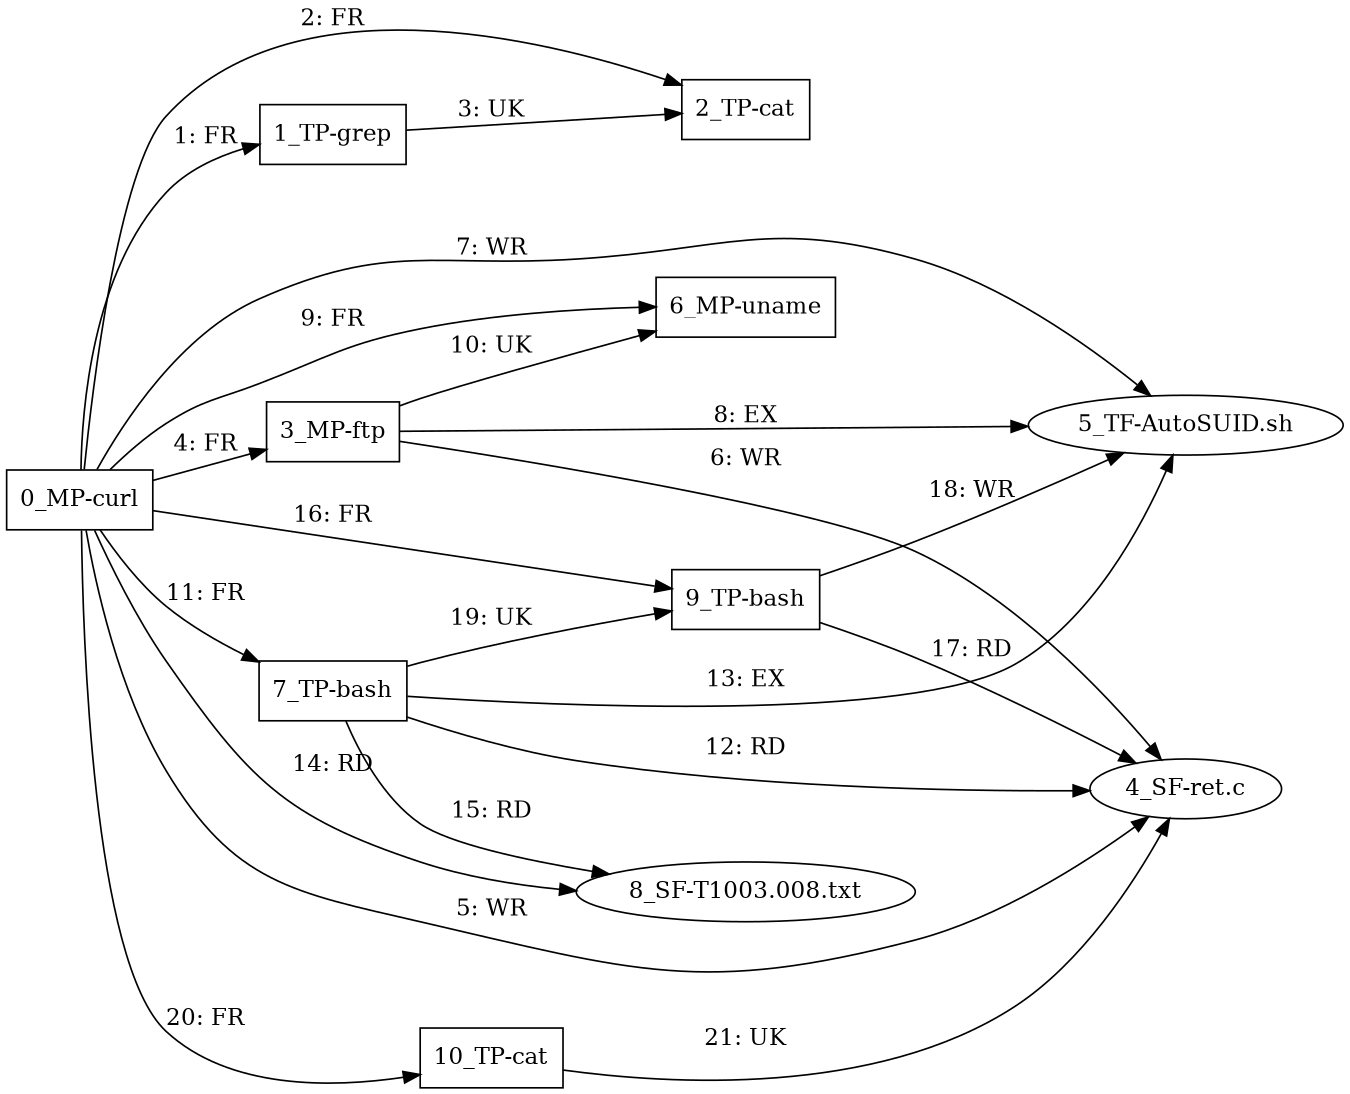
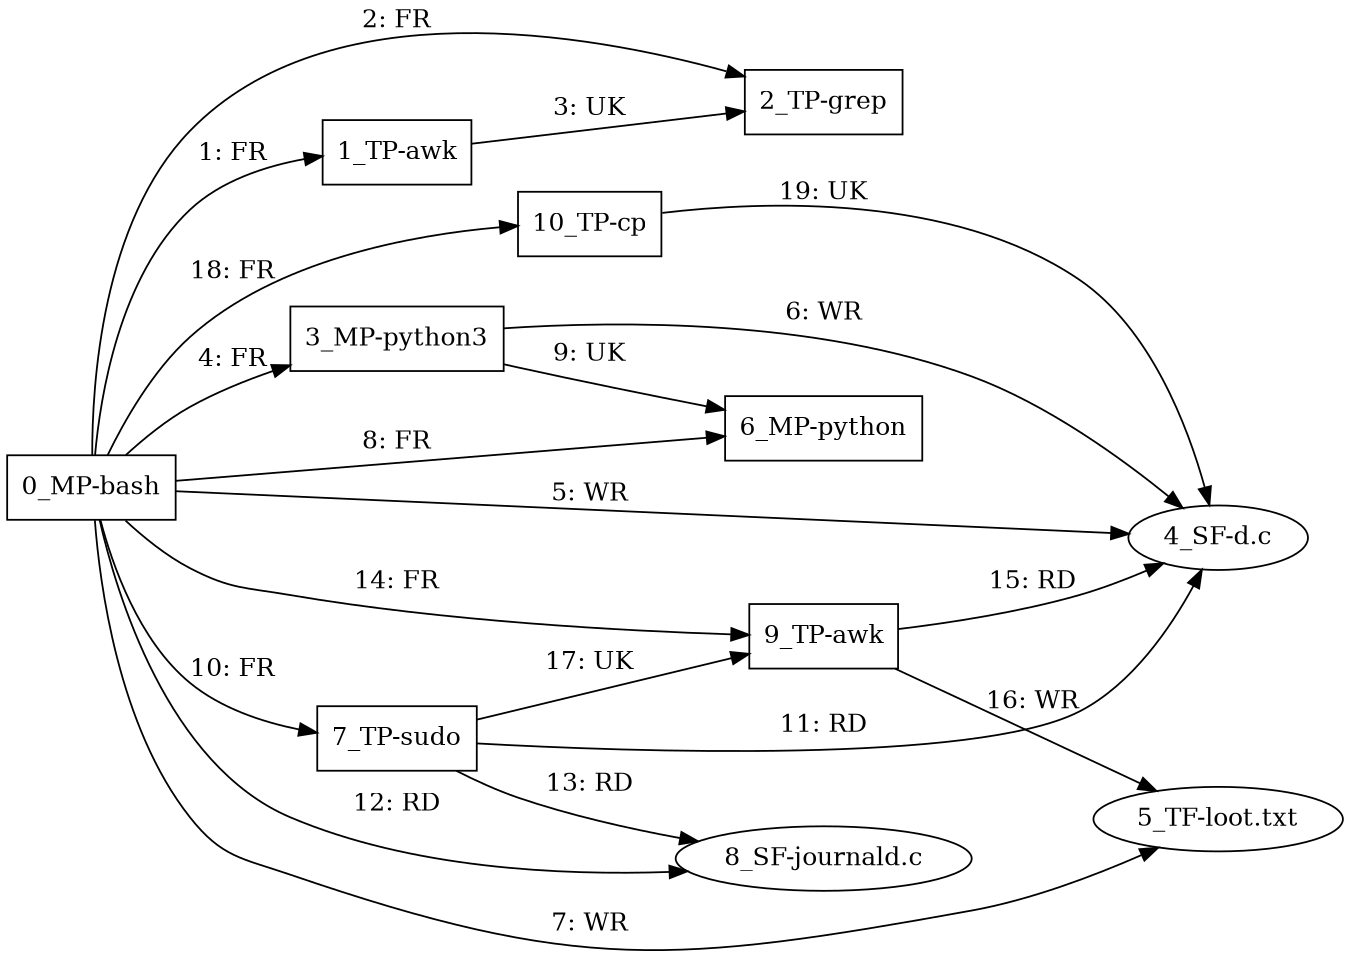
digraph "/kaggle/working/TAGAPT_Run/result-visualization/2.dot" {
- rankdir="LR"size="9"fixedsize="false"splines="true"nodesep=0.3ranksep=0fontsize=10overlap="scalexy"engine= "neato"	"0_MP-curl" [shape=rectangle]
- 	"1_TP-grep" [shape=rectangle]
- 	"2_TP-cat" [shape=rectangle]
- 	"3_MP-ftp" [shape=rectangle]
- 	"4_SF-ret.c" [shape=ellipse]
- 	"5_TF-AutoSUID.sh" [shape=ellipse]
- 	"6_MP-uname" [shape=rectangle]
- 	"7_TP-bash" [shape=rectangle]
- 	"8_SF-T1003.008.txt" [shape=ellipse]
- 	"9_TP-bash" [shape=rectangle]
- 	"10_TP-cat" [shape=rectangle]
- 	"0_MP-curl" -> "1_TP-grep" [label="1: FR"]
- 	"0_MP-curl" -> "2_TP-cat" [label="2: FR"]
- 	"1_TP-grep" -> "2_TP-cat" [label="3: UK"]
- 	"0_MP-curl" -> "3_MP-ftp" [label="4: FR"]
- 	"0_MP-curl" -> "4_SF-ret.c" [label="5: WR"]
- 	"3_MP-ftp" -> "4_SF-ret.c" [label="6: WR"]
- 	"0_MP-curl" -> "5_TF-AutoSUID.sh" [label="7: WR"]
- 	"3_MP-ftp" -> "5_TF-AutoSUID.sh" [label="8: EX"]
- 	"0_MP-curl" -> "6_MP-uname" [label="9: FR"]
- 	"3_MP-ftp" -> "6_MP-uname" [label="10: UK"]
- 	"0_MP-curl" -> "7_TP-bash" [label="11: FR"]
- 	"7_TP-bash" -> "4_SF-ret.c" [label="12: RD"]
- 	"7_TP-bash" -> "5_TF-AutoSUID.sh" [label="13: EX"]
- 	"0_MP-curl" -> "8_SF-T1003.008.txt" [label="14: RD"]
- 	"7_TP-bash" -> "8_SF-T1003.008.txt" [label="15: RD"]
- 	"0_MP-curl" -> "9_TP-bash" [label="16: FR"]
- 	"9_TP-bash" -> "4_SF-ret.c" [label="17: RD"]
- 	"9_TP-bash" -> "5_TF-AutoSUID.sh" [label="18: WR"]
- 	"7_TP-bash" -> "9_TP-bash" [label="19: UK"]
- 	"0_MP-curl" -> "10_TP-cat" [label="20: FR"]
- 	"10_TP-cat" -> "4_SF-ret.c" [label="21: UK"]
+ rankdir="LR"size="9"fixedsize="false"splines="true"nodesep=0.3ranksep=0fontsize=10overlap="scalexy"engine= "neato"	"0_MP-bash" [shape=rectangle]
+ 	"1_TP-awk" [shape=rectangle]
+ 	"2_TP-grep" [shape=rectangle]
+ 	"3_MP-python3" [shape=rectangle]
+ 	"4_SF-d.c" [shape=ellipse]
+ 	"5_TF-loot.txt" [shape=ellipse]
+ 	"6_MP-python" [shape=rectangle]
+ 	"7_TP-sudo" [shape=rectangle]
+ 	"8_SF-journald.c" [shape=ellipse]
+ 	"9_TP-awk" [shape=rectangle]
+ 	"10_TP-cp" [shape=rectangle]
+ 	"0_MP-bash" -> "1_TP-awk" [label="1: FR"]
+ 	"0_MP-bash" -> "2_TP-grep" [label="2: FR"]
+ 	"1_TP-awk" -> "2_TP-grep" [label="3: UK"]
+ 	"0_MP-bash" -> "3_MP-python3" [label="4: FR"]
+ 	"0_MP-bash" -> "4_SF-d.c" [label="5: WR"]
+ 	"3_MP-python3" -> "4_SF-d.c" [label="6: WR"]
+ 	"0_MP-bash" -> "5_TF-loot.txt" [label="7: WR"]
+ 	"0_MP-bash" -> "6_MP-python" [label="8: FR"]
+ 	"3_MP-python3" -> "6_MP-python" [label="9: UK"]
+ 	"0_MP-bash" -> "7_TP-sudo" [label="10: FR"]
+ 	"7_TP-sudo" -> "4_SF-d.c" [label="11: RD"]
+ 	"0_MP-bash" -> "8_SF-journald.c" [label="12: RD"]
+ 	"7_TP-sudo" -> "8_SF-journald.c" [label="13: RD"]
+ 	"0_MP-bash" -> "9_TP-awk" [label="14: FR"]
+ 	"9_TP-awk" -> "4_SF-d.c" [label="15: RD"]
+ 	"9_TP-awk" -> "5_TF-loot.txt" [label="16: WR"]
+ 	"7_TP-sudo" -> "9_TP-awk" [label="17: UK"]
+ 	"0_MP-bash" -> "10_TP-cp" [label="18: FR"]
+ 	"10_TP-cp" -> "4_SF-d.c" [label="19: UK"]
}
